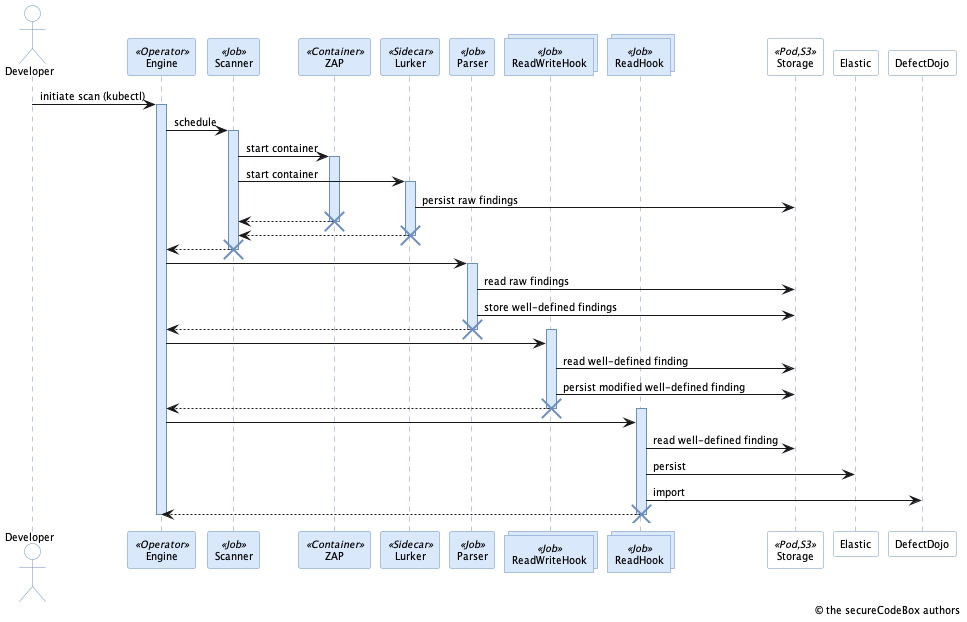
Above: static/img/docs/architecture/runtime-basic-scan-via-kubectl.png in secureCodeBox/documentation (PlantUML), before the change. Its diagram source:
```plantuml
@startuml runtime-basic-scan-via-kubectl
!include ../../../../src/puml/_theme.ipuml
!include ../../../../src/puml/_copyright.ipuml


actor Developer #White
participant  Engine <<Operator>>
participant Scanner <<Job>>
participant ZAP <<Container>>
participant Lurker <<Sidecar>>
participant Parser <<Job>>
collections ReadWriteHook <<Job>>
collections ReadHook <<Job>>
participant Storage <<Pod,S3>> #White
participant Elastic #White
participant DefectDojo #White

Developer -> Engine : initiate scan (kubectl)

activate Engine

Engine -> Scanner : schedule
activate Scanner

Scanner -> ZAP : start container
activate ZAP

Scanner -> Lurker : start container
activate Lurker
Lurker -> Storage : persist raw findings
Scanner <-- ZAP
deactivate ZAP
destroy ZAP

Scanner <-- Lurker
deactivate Lurker
destroy Lurker

Engine <-- Scanner
deactivate Scanner
destroy Scanner

Engine -> Parser
activate Parser
Parser -> Storage : read raw findings
Parser -> Storage : store well-defined findings
Engine <-- Parser
deactivate Parser
destroy Parser

activate ReadWriteHook
Engine -> ReadWriteHook
ReadWriteHook -> Storage : read well-defined finding
ReadWriteHook -> Storage : persist modified well-defined finding
Engine <-- ReadWriteHook
deactivate ReadWriteHook
destroy ReadWriteHook

activate ReadHook
Engine -> ReadHook
ReadHook -> Storage : read well-defined finding
ReadHook -> Elastic : persist
ReadHook -> DefectDojo : import
Engine <-- ReadHook
deactivate ReadHook
destroy ReadHook

deactivate Engine

@enduml
```
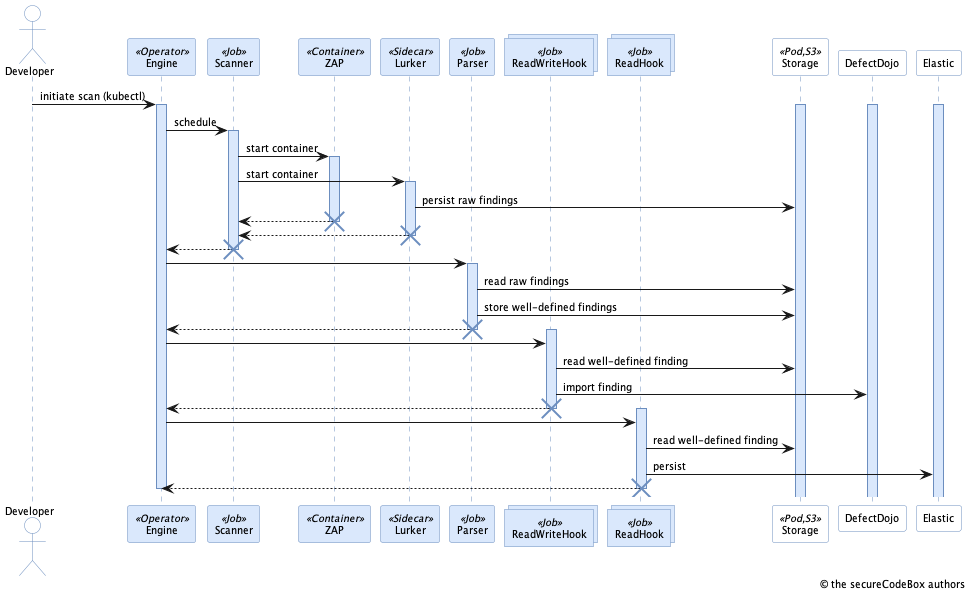
After the commit.

Commit message:
Fix that DefectDojo imports is done with ReadWrite hook

The edit, as a diff of the source:
```diff
@@ -1,7 +1,6 @@
 @startuml runtime-basic-scan-via-kubectl
 !include ../../../../src/puml/_theme.ipuml
 !include ../../../../src/puml/_copyright.ipuml
-
 
 actor Developer #White
 participant  Engine <<Operator>>
@@ -12,12 +11,15 @@
 collections ReadWriteHook <<Job>>
 collections ReadHook <<Job>>
 participant Storage <<Pod,S3>> #White
+participant DefectDojo #White
 participant Elastic #White
-participant DefectDojo #White
 
 Developer -> Engine : initiate scan (kubectl)
 
 activate Engine
+activate Storage
+activate Elastic
+activate DefectDojo
 
 Engine -> Scanner : schedule
 activate Scanner
@@ -51,7 +53,7 @@
 activate ReadWriteHook
 Engine -> ReadWriteHook
 ReadWriteHook -> Storage : read well-defined finding
-ReadWriteHook -> Storage : persist modified well-defined finding
+ReadWriteHook -> DefectDojo : import finding
 Engine <-- ReadWriteHook
 deactivate ReadWriteHook
 destroy ReadWriteHook
@@ -60,7 +62,6 @@
 Engine -> ReadHook
 ReadHook -> Storage : read well-defined finding
 ReadHook -> Elastic : persist
-ReadHook -> DefectDojo : import
 Engine <-- ReadHook
 deactivate ReadHook
 destroy ReadHook
```
